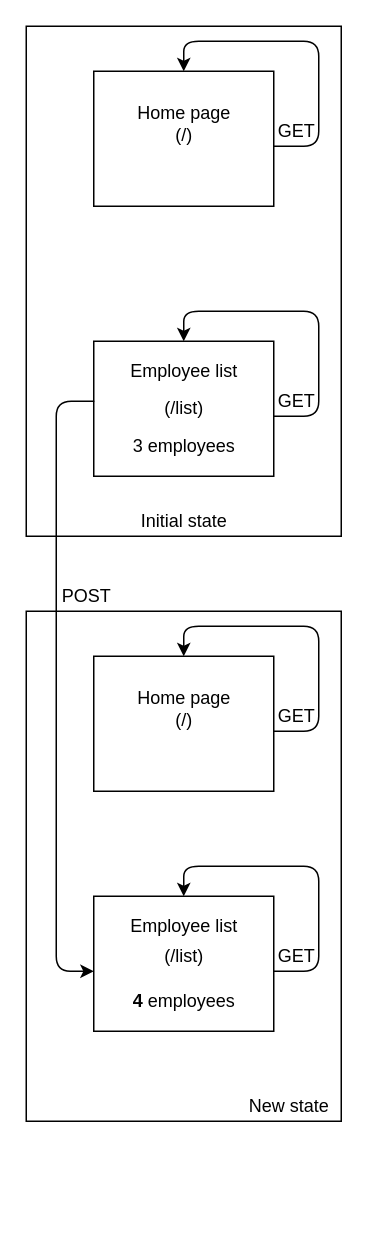
This is web-420/db1resource.drawio from joneskj55/wireframes, a draw.io file, before an edit. Source tidied: cells renumbered, new cells numbered last; positions are measured from the earlier drawing's top-left corner, leaving out a move shared by most shapes. Both pictures are drawn from the tidied source at 150%, with x=0, y=0 at pixel (26, 26).
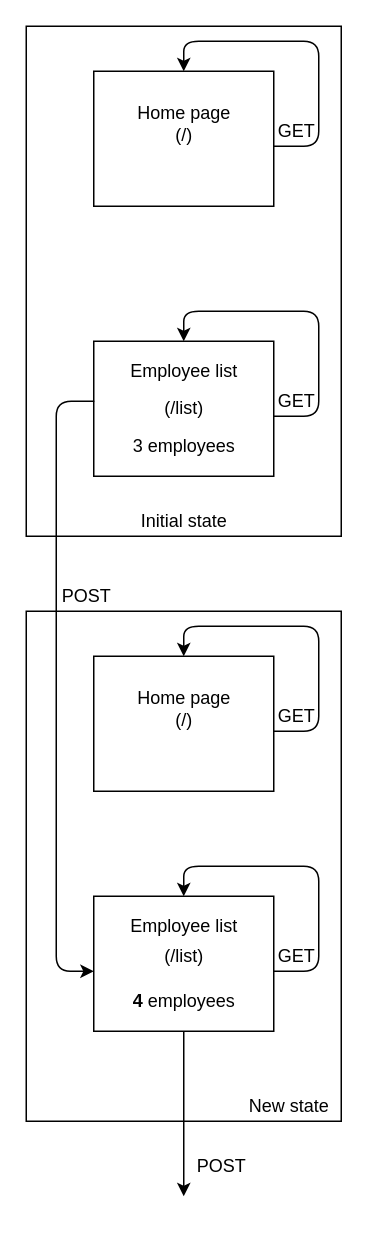
Above is the later version.

Change to the diagram source:
```diff
@@
+    <mxCell id="28" style="endArrow=classic;html=1;" parent="1" edge="1">
+      <mxGeometry relative="1" as="geometry">
+        <mxPoint x="105" y="670" as="sourcePoint" />
+        <mxPoint x="105" y="780" as="targetPoint" />
+      </mxGeometry>
+    </mxCell>
+    <mxCell id="29" value="POST" style="text;html=1;align=center;verticalAlign=middle;" parent="1" vertex="1">
+      <mxGeometry x="105" y="750" width="50" height="20" as="geometry" />
+    </mxCell>
```
